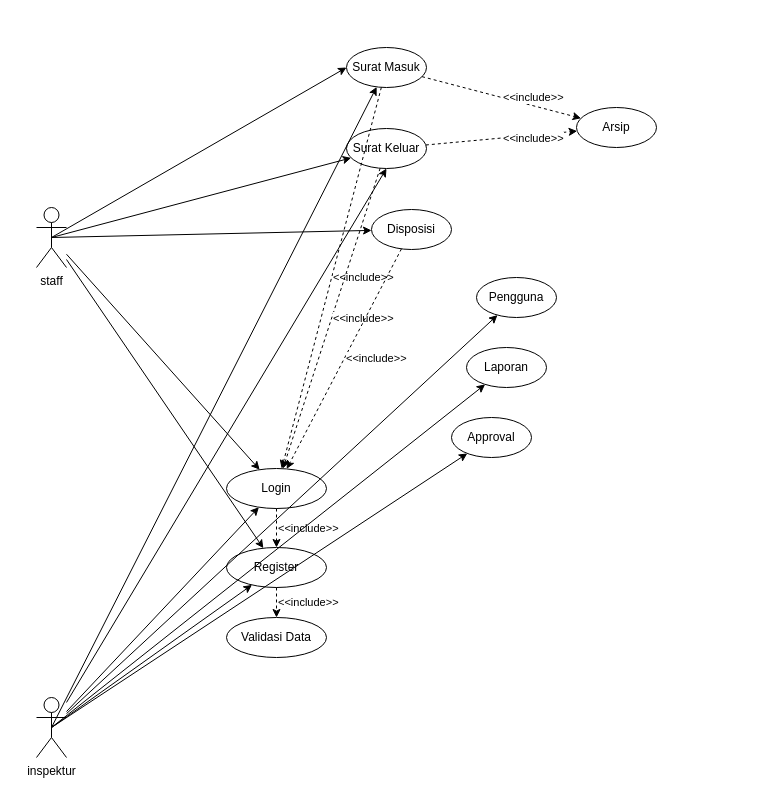
This is use_case_diagram.drawio from sheillendra/arsip-surat, a draw.io file, before an edit. Source tidied: cells renumbered, new cells numbered last; positions are measured from the earlier drawing's top-left corner, leaving out a move shared by most shapes. Both pictures are drawn from the tidied source at 100%, with x=0, y=0 at pixel (36, 47).
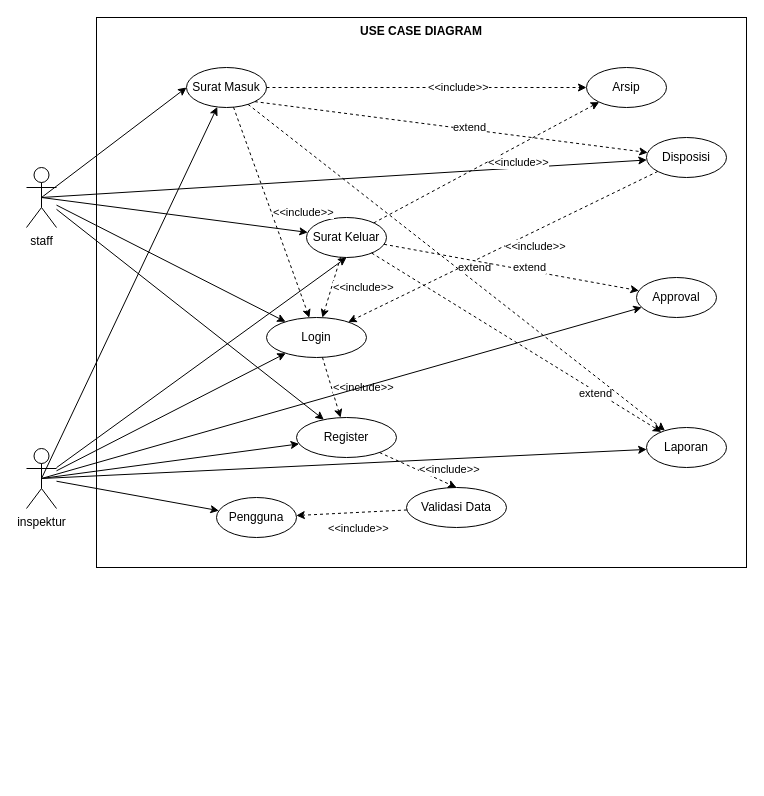
The same diagram, later.

What changed in the source:
```diff
@@
     <mxCell id="5" value="staff" style="shape=umlActor;verticalLabelPosition=bottom;verticalAlign=top;html=1;outlineConnect=0;" parent="1" vertex="1">
-      <mxGeometry y="160" width="30" height="60" as="geometry" />
+      <mxGeometry x="-10" y="120" width="30" height="60" as="geometry" />
     </mxCell>
     <mxCell id="6" value="Surat Masuk" style="ellipse;whiteSpace=wrap;html=1;" parent="1" vertex="1">
-      <mxGeometry x="310" width="80" height="40" as="geometry" />
+      <mxGeometry x="150" y="20" width="80" height="40" as="geometry" />
     </mxCell>
@@
     <mxCell id="8" value="inspektur" style="shape=umlActor;verticalLabelPosition=bottom;verticalAlign=top;html=1;outlineConnect=0;" parent="1" vertex="1">
-      <mxGeometry y="650" width="30" height="60" as="geometry" />
+      <mxGeometry x="-10" y="401" width="30" height="60" as="geometry" />
     </mxCell>
     <mxCell id="9" value="Login" style="ellipse;whiteSpace=wrap;html=1;" parent="1" vertex="1">
-      <mxGeometry x="190" y="421" width="100" height="40" as="geometry" />
+      <mxGeometry x="230" y="270" width="100" height="40" as="geometry" />
     </mxCell>
     <mxCell id="10" value="Register" style="ellipse;whiteSpace=wrap;html=1;" parent="1" vertex="1">
-      <mxGeometry x="190" y="500" width="100" height="40" as="geometry" />
+      <mxGeometry x="260" y="370" width="100" height="40" as="geometry" />
     </mxCell>
     <mxCell id="11" value="Validasi Data" style="ellipse;whiteSpace=wrap;html=1;" parent="1" vertex="1">
-      <mxGeometry x="190" y="570" width="100" height="40" as="geometry" />
+      <mxGeometry x="370" y="440" width="100" height="40" as="geometry" />
     </mxCell>
@@
     <mxCell id="15" value="Surat Keluar" style="ellipse;whiteSpace=wrap;html=1;" parent="1" vertex="1">
-      <mxGeometry x="310" y="81" width="80" height="40" as="geometry" />
+      <mxGeometry x="270" y="170" width="80" height="40" as="geometry" />
     </mxCell>
@@
     <mxCell id="17" value="Disposisi" style="ellipse;whiteSpace=wrap;html=1;" parent="1" vertex="1">
-      <mxGeometry x="335" y="162" width="80" height="40" as="geometry" />
+      <mxGeometry x="610" y="90" width="80" height="40" as="geometry" />
     </mxCell>
     <mxCell id="18" value="Arsip" style="ellipse;whiteSpace=wrap;html=1;" parent="1" vertex="1">
-      <mxGeometry x="540" y="60" width="80" height="40" as="geometry" />
+      <mxGeometry x="550" y="20" width="80" height="40" as="geometry" />
     </mxCell>
@@
     <mxCell id="25" value="Pengguna" style="ellipse;whiteSpace=wrap;html=1;" parent="1" vertex="1">
-      <mxGeometry x="440" y="230" width="80" height="40" as="geometry" />
+      <mxGeometry x="180" y="450" width="80" height="40" as="geometry" />
     </mxCell>
     <mxCell id="26" value="Laporan" style="ellipse;whiteSpace=wrap;html=1;" parent="1" vertex="1">
-      <mxGeometry x="430" y="300" width="80" height="40" as="geometry" />
+      <mxGeometry x="610" y="380" width="80" height="40" as="geometry" />
     </mxCell>
     <mxCell id="27" value="Approval" style="ellipse;whiteSpace=wrap;html=1;" parent="1" vertex="1">
-      <mxGeometry x="415" y="370" width="80" height="40" as="geometry" />
+      <mxGeometry x="600" y="230" width="80" height="40" as="geometry" />
     </mxCell>
@@
+    <mxCell id="33" value="extend" style="endArrow=classic;html=1;rounded=0;dashed=1;align=left;" parent="1" edge="1" source="6" target="26">
+      <mxGeometry relative="1" as="geometry" />
+    </mxCell>
+    <mxCell id="34" value="extend" style="endArrow=classic;html=1;rounded=0;dashed=1;align=left;" parent="1" edge="1" source="15" target="26">
+      <mxGeometry x="0.46" y="-11" relative="1" as="geometry" />
+    </mxCell>
+    <mxCell id="35" value="extend" style="endArrow=classic;html=1;rounded=0;dashed=1;align=left;exitX=1;exitY=1;exitDx=0;exitDy=0;" parent="1" edge="1" source="6" target="17">
+      <mxGeometry relative="1" as="geometry" />
+    </mxCell>
+    <mxCell id="36" value="extend" style="endArrow=classic;html=1;rounded=0;dashed=1;align=left;" parent="1" edge="1" source="15" target="27">
+      <mxGeometry relative="1" as="geometry" />
+    </mxCell>
+    <mxCell id="37" value="&amp;lt;&amp;lt;include&amp;gt;&amp;gt;" style="endArrow=classic;html=1;rounded=0;dashed=1;align=left;" parent="1" edge="1" source="11" target="25">
+      <mxGeometry x="0.47" y="14" relative="1" as="geometry" />
+    </mxCell>
+    <mxCell id="38" value="&lt;b&gt;USE CASE DIAGRAM&lt;br&gt;&lt;/b&gt;" style="whiteSpace=wrap;html=1;fillColor=none;verticalAlign=top;" parent="1" vertex="1">
+      <mxGeometry x="60" y="-30" width="650" height="550" as="geometry" />
+    </mxCell>
```
